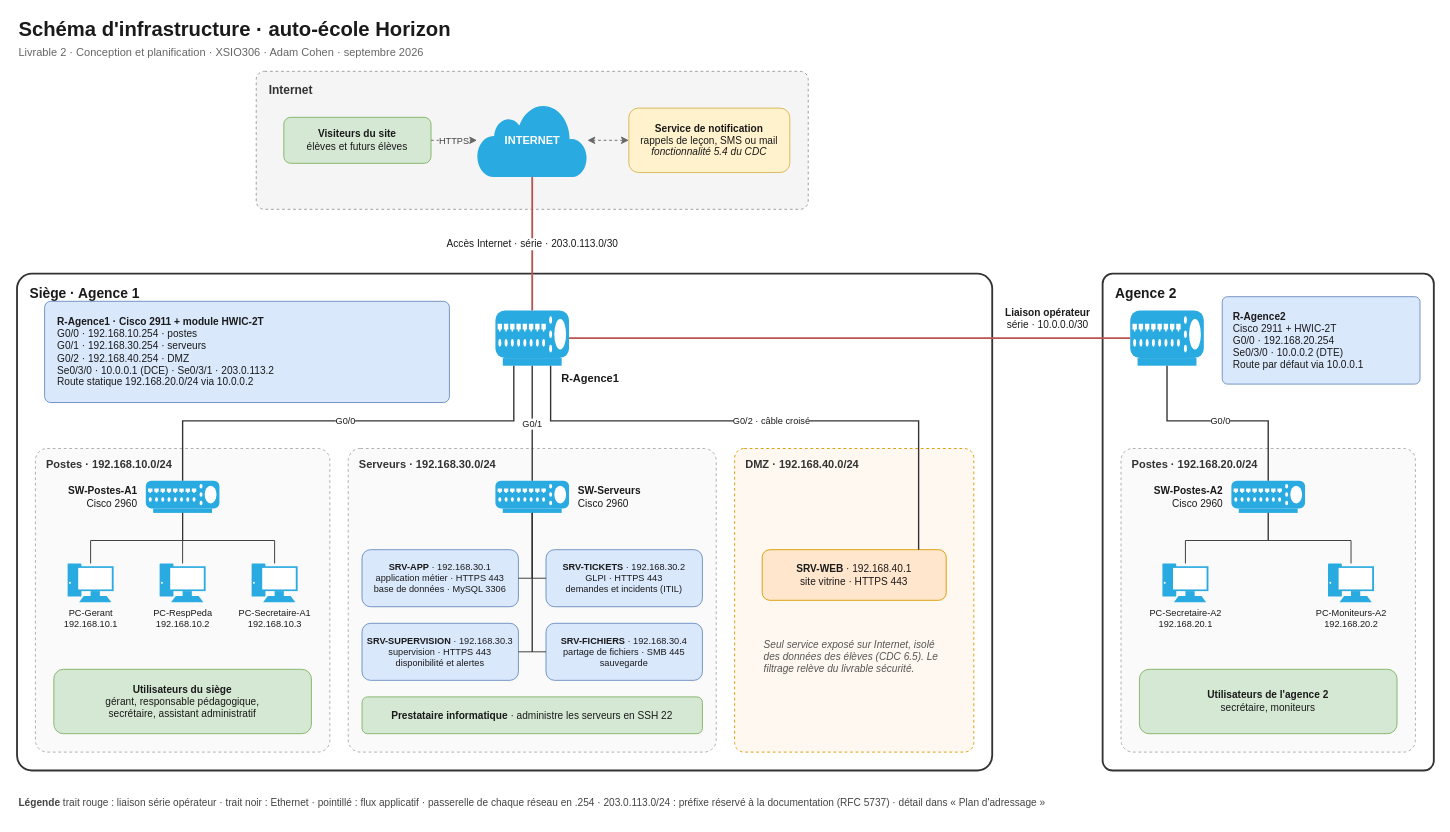
Before: 02-conception-planification/schema-infrastructure.drawio in LKAdammm/projet-annuel-horizon, a draw.io diagram. Source tidied: cells renumbered, new cells numbered last; positions are measured from the earlier drawing's top-left corner, leaving out a move shared by most shapes. Both pictures are drawn from the tidied source at 92%, with x=0, y=0 at pixel (17, 16).
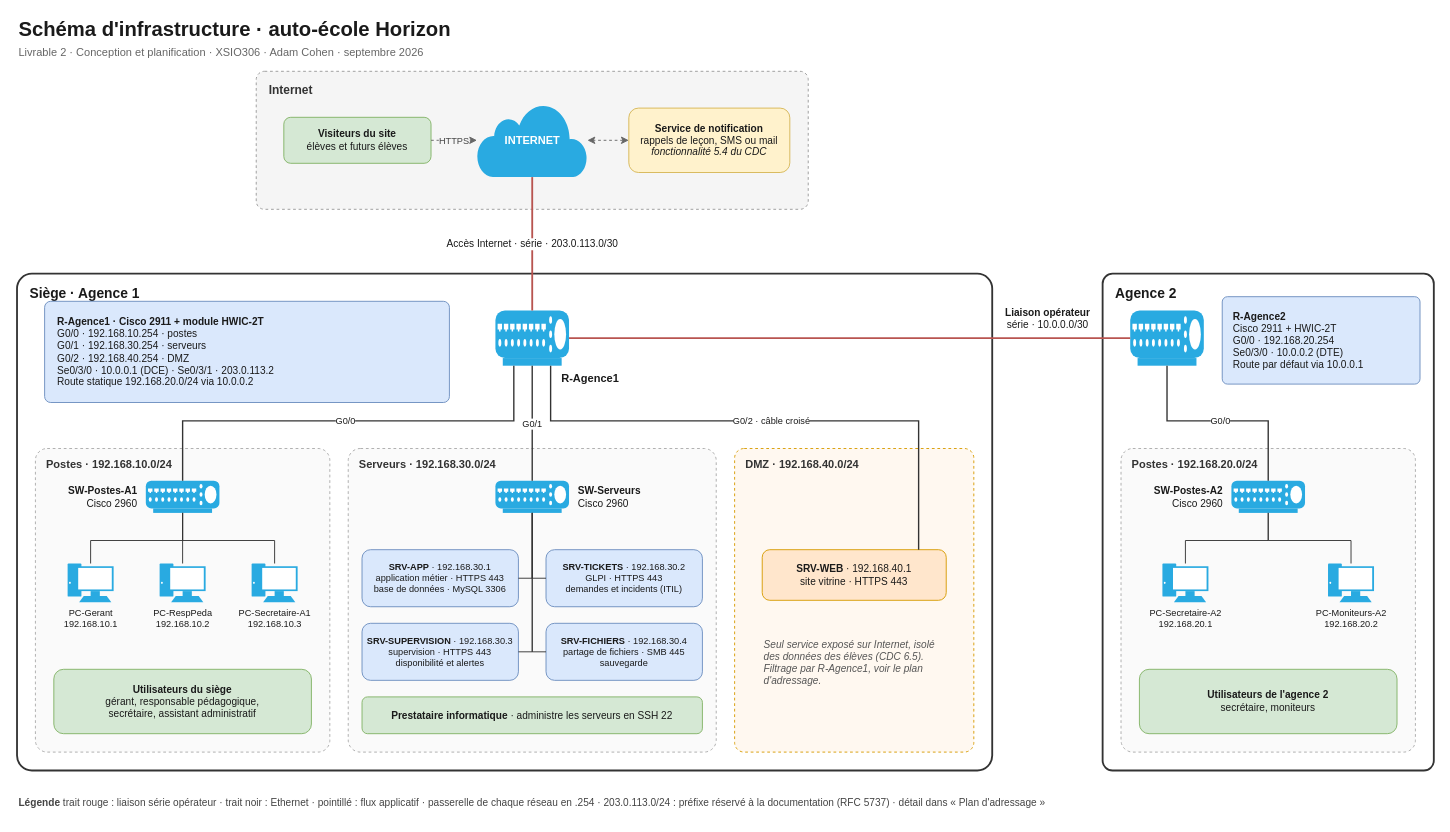
The same diagram, later.

The edit, as a diff of the source:
```diff
@@
-    <mxCell id="28" value="Seul service exposé sur Internet, isolé des données des élèves (CDC 6.5). Le filtrage relève du livrable sécurité." style="text;html=1;whiteSpace=wrap;align=left;verticalAlign=top;fontSize=11;fontStyle=2;fontColor=#555555;" parent="1" vertex="1">
+    <mxCell id="28" value="Seul service exposé sur Internet, isolé des données des élèves (CDC 6.5). Filtrage par R-Agence1, voir le plan d'adressage." style="text;html=1;whiteSpace=wrap;align=left;verticalAlign=top;fontSize=11;fontStyle=2;fontColor=#555555;" parent="1" vertex="1">
       <mxGeometry x="810" y="670" width="200" height="80" as="geometry" />
     </mxCell>
```
